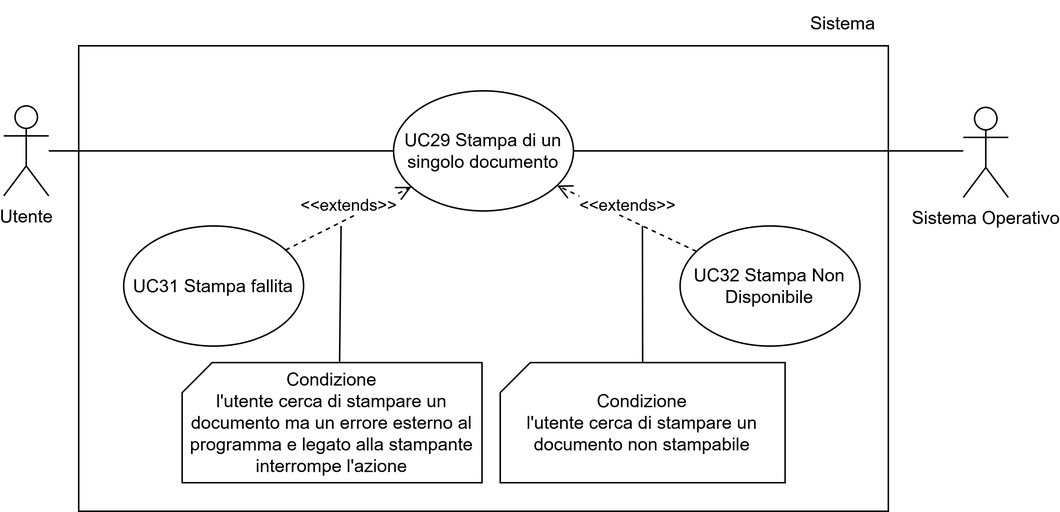
7-ZPUs/Docs keeps this draw.io diagram as assets/uml/UC29.png. Above is the earlier version. Source tidied: cells renumbered, new cells last; positions are measured from the earlier drawing's top-left corner, leaving out a move shared by most shapes.
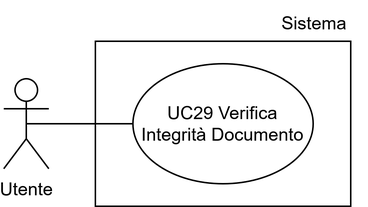
Later version of the same file.

What changed in the source:
```diff
@@ -3,55 +3,19 @@
     <mxCell id="0" />
     <mxCell id="1" parent="0" />
     <mxCell id="2" style="rounded=0;whiteSpace=wrap;html=1;" parent="1" vertex="1">
-      <mxGeometry x="50" y="30" width="540" height="310" as="geometry" />
+      <mxGeometry x="380" y="1105" width="170" height="110" as="geometry" />
     </mxCell>
     <mxCell id="3" value="Utente" style="shape=umlActor;verticalLabelPosition=bottom;verticalAlign=top;html=1;outlineConnect=0;" parent="1" vertex="1">
-      <mxGeometry y="70" width="30" height="60" as="geometry" />
+      <mxGeometry x="319" y="1130" width="30" height="60" as="geometry" />
     </mxCell>
-    <mxCell id="4" value="UC29 Stampa di un singolo documento" style="ellipse;whiteSpace=wrap;html=1;" parent="1" vertex="1">
-      <mxGeometry x="260" y="60" width="120" height="80" as="geometry" />
+    <mxCell id="4" value="UC29 Verifica Integrità Documento" style="ellipse;whiteSpace=wrap;html=1;" parent="1" vertex="1">
+      <mxGeometry x="405" y="1120" width="120" height="80" as="geometry" />
     </mxCell>
-    <mxCell id="5" style="endArrow=none;html=1;rounded=0;" parent="1" edge="1" source="4" target="3">
+    <mxCell id="5" style="endArrow=none;html=1;rounded=0;exitX=0;exitY=0.5;exitDx=0;exitDy=0;entryX=0.5;entryY=0.5;entryDx=0;entryDy=0;entryPerimeter=0;" parent="1" edge="1" source="4" target="3">
       <mxGeometry relative="1" as="geometry" />
     </mxCell>
-    <mxCell id="6" value="UC32 Stampa Non Disponibile" style="ellipse;whiteSpace=wrap;html=1;" parent="1" vertex="1">
-      <mxGeometry x="451.1" y="150" width="120" height="80" as="geometry" />
+    <mxCell id="6" value="&lt;div&gt;Sistema&lt;/div&gt;" style="text;html=1;whiteSpace=wrap;strokeColor=none;fillColor=none;align=center;verticalAlign=middle;rounded=0;" parent="1" vertex="1">
+      <mxGeometry x="491" y="1078" width="70" height="30" as="geometry" />
     </mxCell>
-    <mxCell id="7" value="&amp;lt;&amp;lt;extends&amp;gt;&amp;gt;" style="html=1;verticalAlign=bottom;endArrow=open;dashed=1;endSize=8;curved=0;rounded=0;endFill=0;" parent="1" edge="1" source="6" target="4">
-      <mxGeometry relative="1" as="geometry" />
-    </mxCell>
-    <mxCell id="8" style="endArrow=none;html=1;rounded=0;exitX=0.5;exitY=0;exitDx=0;exitDy=0;exitPerimeter=0;" parent="1" edge="1" source="16">
-      <mxGeometry relative="1" as="geometry">
-        <mxPoint x="426" y="150" as="targetPoint" />
-      </mxGeometry>
-    </mxCell>
-    <mxCell id="9" value="&lt;div&gt;Sistema Operativo&lt;/div&gt;" style="shape=umlActor;verticalLabelPosition=bottom;verticalAlign=top;html=1;" parent="1" vertex="1">
-      <mxGeometry x="640" y="71" width="30" height="60" as="geometry" />
-    </mxCell>
-    <mxCell id="10" style="endArrow=none;html=1;rounded=0;" parent="1" edge="1" source="4">
-      <mxGeometry relative="1" as="geometry">
-        <mxPoint x="640" y="100" as="targetPoint" />
-      </mxGeometry>
-    </mxCell>
-    <mxCell id="11" value="UC31 Stampa fallita" style="ellipse;whiteSpace=wrap;html=1;" parent="1" vertex="1">
-      <mxGeometry x="80" y="150" width="120" height="80" as="geometry" />
-    </mxCell>
-    <mxCell id="12" value="&amp;lt;&amp;lt;extends&amp;gt;&amp;gt;" style="html=1;verticalAlign=bottom;endArrow=open;dashed=1;endSize=8;curved=0;rounded=0;endFill=0;" parent="1" edge="1" source="11" target="4">
-      <mxGeometry relative="1" as="geometry" />
-    </mxCell>
-    <mxCell id="13" value="&lt;br&gt;&lt;div&gt;&lt;div&gt;Condizione&lt;/div&gt;&lt;div&gt;l'utente cerca di stampare un documento ma un errore esterno al programma e legato alla stampante interrompe l'azione&lt;/div&gt;&lt;br&gt;&lt;/div&gt;" style="shape=card;whiteSpace=wrap;html=1;size=20;" parent="1" vertex="1">
-      <mxGeometry x="119" y="241" width="200" height="80" as="geometry" />
-    </mxCell>
-    <mxCell id="14" style="endArrow=none;html=1;rounded=0;exitX=0;exitY=0;exitDx=105;exitDy=0;exitPerimeter=0;" parent="1" edge="1" source="13">
-      <mxGeometry relative="1" as="geometry">
-        <mxPoint x="225" y="150" as="targetPoint" />
-      </mxGeometry>
-    </mxCell>
-    <mxCell id="15" value="&lt;div&gt;Sistema&lt;/div&gt;" style="text;html=1;whiteSpace=wrap;strokeColor=none;fillColor=none;align=center;verticalAlign=middle;rounded=0;" parent="1" vertex="1">
-      <mxGeometry x="525" width="70" height="30" as="geometry" />
-    </mxCell>
-    <mxCell id="16" value="&lt;div&gt;Condizione&lt;/div&gt;&lt;div&gt;l'utente cerca di stampare un documento non stampabile&lt;/div&gt;" style="shape=card;whiteSpace=wrap;html=1;size=20;" parent="1" vertex="1">
-      <mxGeometry x="331.1" y="241" width="190" height="80" as="geometry" />
-    </mxCell>
   </root>
 </mxGraphModel>
```
